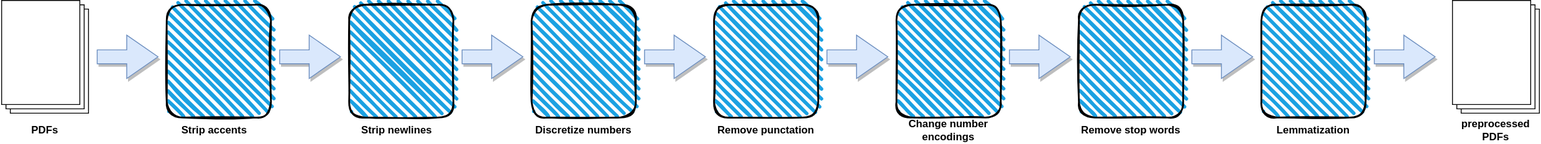
Earlier version of the draw.io export images/TFIDF_preprocessing.svg (KlaraGtknst/bachelor-thesis). Source tidied: cells renumbered, new cells last; positions are measured from the earlier drawing's top-left corner, leaving out a move shared by most shapes. Its diagram source:
```xml
<mxGraphModel>
  <root>
    <mxCell id="0" />
    <mxCell id="1" parent="0" />
    <mxCell id="2" style="verticalLabelPosition=bottom;verticalAlign=top;html=1;shape=mxgraph.basic.layered_rect;dx=10;whiteSpace=wrap;" parent="1" vertex="1">
      <mxGeometry width="100" height="130" as="geometry" />
    </mxCell>
    <mxCell id="3" style="html=1;shadow=1;dashed=0;align=center;verticalAlign=middle;shape=mxgraph.arrows2.arrow;dy=0.68;dx=36;notch=0;fillColor=#dae8fc;strokeColor=#6c8ebf;" parent="1" vertex="1">
      <mxGeometry x="110" y="40" width="70" height="50" as="geometry" />
    </mxCell>
    <mxCell id="4" value="&lt;b&gt;PDFs&lt;/b&gt;" style="text;html=1;strokeColor=none;fillColor=none;align=center;verticalAlign=middle;whiteSpace=wrap;rounded=0;" parent="1" vertex="1">
      <mxGeometry x="20" y="135" width="60" height="30" as="geometry" />
    </mxCell>
    <mxCell id="5" style="rounded=1;whiteSpace=wrap;html=1;strokeWidth=2;fillWeight=4;hachureGap=8;hachureAngle=45;fillColor=#1ba1e2;sketch=1;" parent="1" vertex="1">
      <mxGeometry x="190" y="5" width="120" height="130" as="geometry" />
    </mxCell>
    <mxCell id="6" value="&lt;b&gt;Strip accents&lt;br&gt;&lt;/b&gt;" style="text;html=1;strokeColor=none;fillColor=none;align=center;verticalAlign=middle;whiteSpace=wrap;rounded=0;" parent="1" vertex="1">
      <mxGeometry x="200" y="135" width="90" height="30" as="geometry" />
    </mxCell>
    <mxCell id="7" style="html=1;shadow=1;dashed=0;align=center;verticalAlign=middle;shape=mxgraph.arrows2.arrow;dy=0.68;dx=36;notch=0;fillColor=#dae8fc;strokeColor=#6c8ebf;" parent="1" vertex="1">
      <mxGeometry x="320" y="40" width="70" height="50" as="geometry" />
    </mxCell>
    <mxCell id="8" style="rounded=1;whiteSpace=wrap;html=1;strokeWidth=2;fillWeight=4;hachureGap=8;hachureAngle=45;fillColor=#1ba1e2;sketch=1;" parent="1" vertex="1">
      <mxGeometry x="400" y="5" width="120" height="130" as="geometry" />
    </mxCell>
    <mxCell id="9" value="&lt;b&gt;Strip newlines&lt;br&gt;&lt;/b&gt;" style="text;html=1;strokeColor=none;fillColor=none;align=center;verticalAlign=middle;whiteSpace=wrap;rounded=0;" parent="1" vertex="1">
      <mxGeometry x="410" y="135" width="90" height="30" as="geometry" />
    </mxCell>
    <mxCell id="10" style="html=1;shadow=1;dashed=0;align=center;verticalAlign=middle;shape=mxgraph.arrows2.arrow;dy=0.68;dx=36;notch=0;fillColor=#dae8fc;strokeColor=#6c8ebf;" parent="1" vertex="1">
      <mxGeometry x="530" y="40" width="70" height="50" as="geometry" />
    </mxCell>
    <mxCell id="11" style="rounded=1;whiteSpace=wrap;html=1;strokeWidth=2;fillWeight=4;hachureGap=8;hachureAngle=45;fillColor=#1ba1e2;sketch=1;" parent="1" vertex="1">
      <mxGeometry x="610" y="5" width="120" height="130" as="geometry" />
    </mxCell>
    <mxCell id="12" value="&lt;b&gt;Discretize numbers&lt;br&gt;&lt;/b&gt;" style="text;html=1;strokeColor=none;fillColor=none;align=center;verticalAlign=middle;whiteSpace=wrap;rounded=0;" parent="1" vertex="1">
      <mxGeometry x="610" y="135" width="120" height="30" as="geometry" />
    </mxCell>
    <mxCell id="13" style="html=1;shadow=1;dashed=0;align=center;verticalAlign=middle;shape=mxgraph.arrows2.arrow;dy=0.68;dx=36;notch=0;fillColor=#dae8fc;strokeColor=#6c8ebf;" parent="1" vertex="1">
      <mxGeometry x="740" y="40" width="70" height="50" as="geometry" />
    </mxCell>
    <mxCell id="14" style="rounded=1;whiteSpace=wrap;html=1;strokeWidth=2;fillWeight=4;hachureGap=8;hachureAngle=45;fillColor=#1ba1e2;sketch=1;" parent="1" vertex="1">
      <mxGeometry x="820" y="5" width="120" height="130" as="geometry" />
    </mxCell>
    <mxCell id="15" value="&lt;b&gt;Remove punctation&lt;br&gt;&lt;/b&gt;" style="text;html=1;strokeColor=none;fillColor=none;align=center;verticalAlign=middle;whiteSpace=wrap;rounded=0;" parent="1" vertex="1">
      <mxGeometry x="820" y="135" width="120" height="30" as="geometry" />
    </mxCell>
    <mxCell id="16" style="html=1;shadow=1;dashed=0;align=center;verticalAlign=middle;shape=mxgraph.arrows2.arrow;dy=0.68;dx=36;notch=0;fillColor=#dae8fc;strokeColor=#6c8ebf;" parent="1" vertex="1">
      <mxGeometry x="950" y="40" width="70" height="50" as="geometry" />
    </mxCell>
    <mxCell id="17" style="rounded=1;whiteSpace=wrap;html=1;strokeWidth=2;fillWeight=4;hachureGap=8;hachureAngle=45;fillColor=#1ba1e2;sketch=1;" parent="1" vertex="1">
      <mxGeometry x="1030" y="5" width="120" height="130" as="geometry" />
    </mxCell>
    <mxCell id="18" value="&lt;b&gt;Change number encodings&lt;br&gt;&lt;/b&gt;" style="text;html=1;strokeColor=none;fillColor=none;align=center;verticalAlign=middle;whiteSpace=wrap;rounded=0;" parent="1" vertex="1">
      <mxGeometry x="1040" y="135" width="100" height="30" as="geometry" />
    </mxCell>
    <mxCell id="19" style="html=1;shadow=1;dashed=0;align=center;verticalAlign=middle;shape=mxgraph.arrows2.arrow;dy=0.68;dx=36;notch=0;fillColor=#dae8fc;strokeColor=#6c8ebf;" parent="1" vertex="1">
      <mxGeometry x="1160" y="40" width="70" height="50" as="geometry" />
    </mxCell>
    <mxCell id="20" style="rounded=1;whiteSpace=wrap;html=1;strokeWidth=2;fillWeight=4;hachureGap=8;hachureAngle=45;fillColor=#1ba1e2;sketch=1;" parent="1" vertex="1">
      <mxGeometry x="1240" y="5" width="120" height="130" as="geometry" />
    </mxCell>
    <mxCell id="21" value="&lt;b&gt;Remove stop words&lt;br&gt;&lt;/b&gt;" style="text;html=1;strokeColor=none;fillColor=none;align=center;verticalAlign=middle;whiteSpace=wrap;rounded=0;" parent="1" vertex="1">
      <mxGeometry x="1240" y="135" width="120" height="30" as="geometry" />
    </mxCell>
    <mxCell id="22" style="html=1;shadow=1;dashed=0;align=center;verticalAlign=middle;shape=mxgraph.arrows2.arrow;dy=0.68;dx=36;notch=0;fillColor=#dae8fc;strokeColor=#6c8ebf;" parent="1" vertex="1">
      <mxGeometry x="1370" y="40" width="70" height="50" as="geometry" />
    </mxCell>
    <mxCell id="23" style="rounded=1;whiteSpace=wrap;html=1;strokeWidth=2;fillWeight=4;hachureGap=8;hachureAngle=45;fillColor=#1ba1e2;sketch=1;" parent="1" vertex="1">
      <mxGeometry x="1450" y="5" width="120" height="130" as="geometry" />
    </mxCell>
    <mxCell id="24" value="&lt;b&gt;Lemmatization&lt;/b&gt;" style="text;html=1;strokeColor=none;fillColor=none;align=center;verticalAlign=middle;whiteSpace=wrap;rounded=0;" parent="1" vertex="1">
      <mxGeometry x="1460" y="135" width="100" height="30" as="geometry" />
    </mxCell>
    <mxCell id="25" style="verticalLabelPosition=bottom;verticalAlign=top;html=1;shape=mxgraph.basic.layered_rect;dx=10;whiteSpace=wrap;" parent="1" vertex="1">
      <mxGeometry x="1670" width="100" height="130" as="geometry" />
    </mxCell>
    <mxCell id="26" value="&lt;b&gt;preprocessed PDFs&lt;/b&gt;" style="text;html=1;strokeColor=none;fillColor=none;align=center;verticalAlign=middle;whiteSpace=wrap;rounded=0;" parent="1" vertex="1">
      <mxGeometry x="1670" y="135" width="100" height="30" as="geometry" />
    </mxCell>
    <mxCell id="27" style="html=1;shadow=1;dashed=0;align=center;verticalAlign=middle;shape=mxgraph.arrows2.arrow;dy=0.68;dx=36;notch=0;fillColor=#dae8fc;strokeColor=#6c8ebf;" parent="1" vertex="1">
      <mxGeometry x="1580" y="40" width="70" height="50" as="geometry" />
    </mxCell>
  </root>
</mxGraphModel>
```
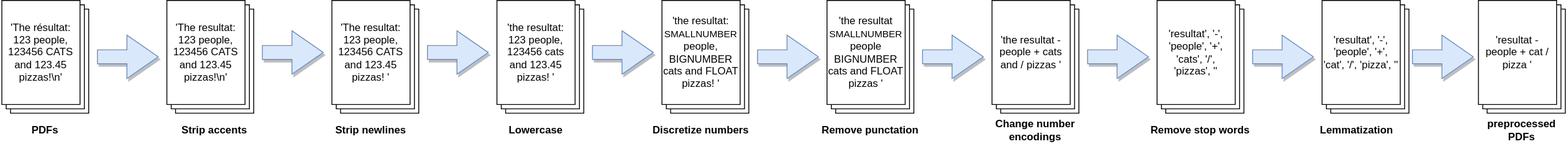
Above is the later version.

Commit message:
feat: improved preprocessing pipeline image

Diff of the diagram source:
```diff
@@ -11,74 +11,113 @@
     <mxCell id="4" value="&lt;b&gt;PDFs&lt;/b&gt;" style="text;html=1;strokeColor=none;fillColor=none;align=center;verticalAlign=middle;whiteSpace=wrap;rounded=0;" parent="1" vertex="1">
       <mxGeometry x="20" y="135" width="60" height="30" as="geometry" />
     </mxCell>
-    <mxCell id="5" style="rounded=1;whiteSpace=wrap;html=1;strokeWidth=2;fillWeight=4;hachureGap=8;hachureAngle=45;fillColor=#1ba1e2;sketch=1;" parent="1" vertex="1">
-      <mxGeometry x="190" y="5" width="120" height="130" as="geometry" />
-    </mxCell>
     <mxCell id="6" value="&lt;b&gt;Strip accents&lt;br&gt;&lt;/b&gt;" style="text;html=1;strokeColor=none;fillColor=none;align=center;verticalAlign=middle;whiteSpace=wrap;rounded=0;" parent="1" vertex="1">
       <mxGeometry x="200" y="135" width="90" height="30" as="geometry" />
     </mxCell>
     <mxCell id="7" style="html=1;shadow=1;dashed=0;align=center;verticalAlign=middle;shape=mxgraph.arrows2.arrow;dy=0.68;dx=36;notch=0;fillColor=#dae8fc;strokeColor=#6c8ebf;" parent="1" vertex="1">
-      <mxGeometry x="320" y="40" width="70" height="50" as="geometry" />
+      <mxGeometry x="300" y="35" width="70" height="50" as="geometry" />
     </mxCell>
-    <mxCell id="8" style="rounded=1;whiteSpace=wrap;html=1;strokeWidth=2;fillWeight=4;hachureGap=8;hachureAngle=45;fillColor=#1ba1e2;sketch=1;" parent="1" vertex="1">
-      <mxGeometry x="400" y="5" width="120" height="130" as="geometry" />
-    </mxCell>
     <mxCell id="9" value="&lt;b&gt;Strip newlines&lt;br&gt;&lt;/b&gt;" style="text;html=1;strokeColor=none;fillColor=none;align=center;verticalAlign=middle;whiteSpace=wrap;rounded=0;" parent="1" vertex="1">
-      <mxGeometry x="410" y="135" width="90" height="30" as="geometry" />
+      <mxGeometry x="380" y="135" width="90" height="30" as="geometry" />
     </mxCell>
     <mxCell id="10" style="html=1;shadow=1;dashed=0;align=center;verticalAlign=middle;shape=mxgraph.arrows2.arrow;dy=0.68;dx=36;notch=0;fillColor=#dae8fc;strokeColor=#6c8ebf;" parent="1" vertex="1">
-      <mxGeometry x="530" y="40" width="70" height="50" as="geometry" />
+      <mxGeometry x="490" y="35" width="70" height="50" as="geometry" />
     </mxCell>
-    <mxCell id="11" style="rounded=1;whiteSpace=wrap;html=1;strokeWidth=2;fillWeight=4;hachureGap=8;hachureAngle=45;fillColor=#1ba1e2;sketch=1;" parent="1" vertex="1">
-      <mxGeometry x="610" y="5" width="120" height="130" as="geometry" />
-    </mxCell>
-    <mxCell id="12" value="&lt;b&gt;Discretize numbers&lt;br&gt;&lt;/b&gt;" style="text;html=1;strokeColor=none;fillColor=none;align=center;verticalAlign=middle;whiteSpace=wrap;rounded=0;" parent="1" vertex="1">
-      <mxGeometry x="610" y="135" width="120" height="30" as="geometry" />
+    <mxCell id="12" value="&lt;b&gt;Lowercase&lt;/b&gt;" style="text;html=1;strokeColor=none;fillColor=none;align=center;verticalAlign=middle;whiteSpace=wrap;rounded=0;" parent="1" vertex="1">
+      <mxGeometry x="555" y="135" width="120" height="30" as="geometry" />
     </mxCell>
     <mxCell id="13" style="html=1;shadow=1;dashed=0;align=center;verticalAlign=middle;shape=mxgraph.arrows2.arrow;dy=0.68;dx=36;notch=0;fillColor=#dae8fc;strokeColor=#6c8ebf;" parent="1" vertex="1">
-      <mxGeometry x="740" y="40" width="70" height="50" as="geometry" />
+      <mxGeometry x="870" y="40" width="70" height="50" as="geometry" />
     </mxCell>
-    <mxCell id="14" style="rounded=1;whiteSpace=wrap;html=1;strokeWidth=2;fillWeight=4;hachureGap=8;hachureAngle=45;fillColor=#1ba1e2;sketch=1;" parent="1" vertex="1">
-      <mxGeometry x="820" y="5" width="120" height="130" as="geometry" />
-    </mxCell>
     <mxCell id="15" value="&lt;b&gt;Remove punctation&lt;br&gt;&lt;/b&gt;" style="text;html=1;strokeColor=none;fillColor=none;align=center;verticalAlign=middle;whiteSpace=wrap;rounded=0;" parent="1" vertex="1">
-      <mxGeometry x="820" y="135" width="120" height="30" as="geometry" />
+      <mxGeometry x="940" y="135" width="120" height="30" as="geometry" />
     </mxCell>
     <mxCell id="16" style="html=1;shadow=1;dashed=0;align=center;verticalAlign=middle;shape=mxgraph.arrows2.arrow;dy=0.68;dx=36;notch=0;fillColor=#dae8fc;strokeColor=#6c8ebf;" parent="1" vertex="1">
-      <mxGeometry x="950" y="40" width="70" height="50" as="geometry" />
+      <mxGeometry x="1060" y="40" width="70" height="50" as="geometry" />
     </mxCell>
-    <mxCell id="17" style="rounded=1;whiteSpace=wrap;html=1;strokeWidth=2;fillWeight=4;hachureGap=8;hachureAngle=45;fillColor=#1ba1e2;sketch=1;" parent="1" vertex="1">
-      <mxGeometry x="1030" y="5" width="120" height="130" as="geometry" />
-    </mxCell>
     <mxCell id="18" value="&lt;b&gt;Change number encodings&lt;br&gt;&lt;/b&gt;" style="text;html=1;strokeColor=none;fillColor=none;align=center;verticalAlign=middle;whiteSpace=wrap;rounded=0;" parent="1" vertex="1">
-      <mxGeometry x="1040" y="135" width="100" height="30" as="geometry" />
+      <mxGeometry x="1140" y="135" width="100" height="30" as="geometry" />
     </mxCell>
     <mxCell id="19" style="html=1;shadow=1;dashed=0;align=center;verticalAlign=middle;shape=mxgraph.arrows2.arrow;dy=0.68;dx=36;notch=0;fillColor=#dae8fc;strokeColor=#6c8ebf;" parent="1" vertex="1">
-      <mxGeometry x="1160" y="40" width="70" height="50" as="geometry" />
+      <mxGeometry x="1250" y="40" width="70" height="50" as="geometry" />
     </mxCell>
-    <mxCell id="20" style="rounded=1;whiteSpace=wrap;html=1;strokeWidth=2;fillWeight=4;hachureGap=8;hachureAngle=45;fillColor=#1ba1e2;sketch=1;" parent="1" vertex="1">
-      <mxGeometry x="1240" y="5" width="120" height="130" as="geometry" />
-    </mxCell>
     <mxCell id="21" value="&lt;b&gt;Remove stop words&lt;br&gt;&lt;/b&gt;" style="text;html=1;strokeColor=none;fillColor=none;align=center;verticalAlign=middle;whiteSpace=wrap;rounded=0;" parent="1" vertex="1">
-      <mxGeometry x="1240" y="135" width="120" height="30" as="geometry" />
+      <mxGeometry x="1320" y="135" width="120" height="30" as="geometry" />
     </mxCell>
     <mxCell id="22" style="html=1;shadow=1;dashed=0;align=center;verticalAlign=middle;shape=mxgraph.arrows2.arrow;dy=0.68;dx=36;notch=0;fillColor=#dae8fc;strokeColor=#6c8ebf;" parent="1" vertex="1">
-      <mxGeometry x="1370" y="40" width="70" height="50" as="geometry" />
+      <mxGeometry x="1440" y="40" width="70" height="50" as="geometry" />
     </mxCell>
-    <mxCell id="23" style="rounded=1;whiteSpace=wrap;html=1;strokeWidth=2;fillWeight=4;hachureGap=8;hachureAngle=45;fillColor=#1ba1e2;sketch=1;" parent="1" vertex="1">
-      <mxGeometry x="1450" y="5" width="120" height="130" as="geometry" />
-    </mxCell>
     <mxCell id="24" value="&lt;b&gt;Lemmatization&lt;/b&gt;" style="text;html=1;strokeColor=none;fillColor=none;align=center;verticalAlign=middle;whiteSpace=wrap;rounded=0;" parent="1" vertex="1">
-      <mxGeometry x="1460" y="135" width="100" height="30" as="geometry" />
+      <mxGeometry x="1510" y="135" width="100" height="30" as="geometry" />
     </mxCell>
     <mxCell id="25" style="verticalLabelPosition=bottom;verticalAlign=top;html=1;shape=mxgraph.basic.layered_rect;dx=10;whiteSpace=wrap;" parent="1" vertex="1">
-      <mxGeometry x="1670" width="100" height="130" as="geometry" />
+      <mxGeometry x="1700" width="100" height="130" as="geometry" />
     </mxCell>
     <mxCell id="26" value="&lt;b&gt;preprocessed PDFs&lt;/b&gt;" style="text;html=1;strokeColor=none;fillColor=none;align=center;verticalAlign=middle;whiteSpace=wrap;rounded=0;" parent="1" vertex="1">
-      <mxGeometry x="1670" y="135" width="100" height="30" as="geometry" />
+      <mxGeometry x="1700" y="135" width="100" height="30" as="geometry" />
     </mxCell>
     <mxCell id="27" style="html=1;shadow=1;dashed=0;align=center;verticalAlign=middle;shape=mxgraph.arrows2.arrow;dy=0.68;dx=36;notch=0;fillColor=#dae8fc;strokeColor=#6c8ebf;" parent="1" vertex="1">
-      <mxGeometry x="1580" y="40" width="70" height="50" as="geometry" />
+      <mxGeometry x="1624" y="40" width="70" height="50" as="geometry" />
     </mxCell>
+    <mxCell id="28" value="'The résultat: 123 people, 123456 CATS and 123.45 pizzas!\n'" style="text;html=1;strokeColor=none;fillColor=none;align=center;verticalAlign=middle;whiteSpace=wrap;rounded=0;" parent="1" vertex="1">
+      <mxGeometry width="90" height="120" as="geometry" />
+    </mxCell>
+    <mxCell id="29" style="verticalLabelPosition=bottom;verticalAlign=top;html=1;shape=mxgraph.basic.layered_rect;dx=10;whiteSpace=wrap;" parent="1" vertex="1">
+      <mxGeometry x="190" width="100" height="130" as="geometry" />
+    </mxCell>
+    <mxCell id="30" style="verticalLabelPosition=bottom;verticalAlign=top;html=1;shape=mxgraph.basic.layered_rect;dx=10;whiteSpace=wrap;" parent="1" vertex="1">
+      <mxGeometry x="380" width="100" height="130" as="geometry" />
+    </mxCell>
+    <mxCell id="31" style="verticalLabelPosition=bottom;verticalAlign=top;html=1;shape=mxgraph.basic.layered_rect;dx=10;whiteSpace=wrap;" parent="1" vertex="1">
+      <mxGeometry x="570" width="100" height="130" as="geometry" />
+    </mxCell>
+    <mxCell id="32" style="verticalLabelPosition=bottom;verticalAlign=top;html=1;shape=mxgraph.basic.layered_rect;dx=10;whiteSpace=wrap;" parent="1" vertex="1">
+      <mxGeometry x="950" width="100" height="130" as="geometry" />
+    </mxCell>
+    <mxCell id="33" style="verticalLabelPosition=bottom;verticalAlign=top;html=1;shape=mxgraph.basic.layered_rect;dx=10;whiteSpace=wrap;" parent="1" vertex="1">
+      <mxGeometry x="1140" width="100" height="130" as="geometry" />
+    </mxCell>
+    <mxCell id="34" style="verticalLabelPosition=bottom;verticalAlign=top;html=1;shape=mxgraph.basic.layered_rect;dx=10;whiteSpace=wrap;" parent="1" vertex="1">
+      <mxGeometry x="1330" width="100" height="130" as="geometry" />
+    </mxCell>
+    <mxCell id="35" style="verticalLabelPosition=bottom;verticalAlign=top;html=1;shape=mxgraph.basic.layered_rect;dx=10;whiteSpace=wrap;" parent="1" vertex="1">
+      <mxGeometry x="1520" width="100" height="130" as="geometry" />
+    </mxCell>
+    <mxCell id="36" value="'The resultat: 123 people, 123456 CATS and 123.45 pizzas!\n'" style="text;html=1;strokeColor=none;fillColor=none;align=center;verticalAlign=middle;whiteSpace=wrap;rounded=0;" parent="1" vertex="1">
+      <mxGeometry x="190" width="90" height="120" as="geometry" />
+    </mxCell>
+    <mxCell id="37" value="'The resultat: 123 people, 123456 CATS and 123.45 pizzas! '" style="text;html=1;strokeColor=none;fillColor=none;align=center;verticalAlign=middle;whiteSpace=wrap;rounded=0;" parent="1" vertex="1">
+      <mxGeometry x="380" width="90" height="120" as="geometry" />
+    </mxCell>
+    <mxCell id="38" value="'the resultat: 123 people, 123456 cats and 123.45 pizzas! '" style="text;html=1;strokeColor=none;fillColor=none;align=center;verticalAlign=middle;whiteSpace=wrap;rounded=0;" parent="1" vertex="1">
+      <mxGeometry x="570" width="90" height="120" as="geometry" />
+    </mxCell>
+    <mxCell id="39" value="'the resultat &lt;font style=&quot;font-size: 11px;&quot;&gt;SMALLNUMBER&lt;/font&gt; people BIGNUMBER cats and FLOAT pizzas '" style="text;html=1;strokeColor=none;fillColor=none;align=center;verticalAlign=middle;whiteSpace=wrap;rounded=0;" parent="1" vertex="1">
+      <mxGeometry x="950" width="90" height="120" as="geometry" />
+    </mxCell>
+    <mxCell id="40" value="'the resultat - people + cats and / pizzas '" style="text;html=1;strokeColor=none;fillColor=none;align=center;verticalAlign=middle;whiteSpace=wrap;rounded=0;" parent="1" vertex="1">
+      <mxGeometry x="1140" width="90" height="120" as="geometry" />
+    </mxCell>
+    <mxCell id="41" value="'resultat', '-', 'people', '+', 'cats', '/', 'pizzas', ''" style="text;html=1;strokeColor=none;fillColor=none;align=center;verticalAlign=middle;whiteSpace=wrap;rounded=0;" parent="1" vertex="1">
+      <mxGeometry x="1330" width="90" height="120" as="geometry" />
+    </mxCell>
+    <mxCell id="42" value="'resultat', '-', 'people', '+', 'cat', '/', 'pizza', ''" style="text;html=1;strokeColor=none;fillColor=none;align=center;verticalAlign=middle;whiteSpace=wrap;rounded=0;" parent="1" vertex="1">
+      <mxGeometry x="1520" width="90" height="120" as="geometry" />
+    </mxCell>
+    <mxCell id="43" value="'resultat - people + cat / pizza '" style="text;html=1;strokeColor=none;fillColor=none;align=center;verticalAlign=middle;whiteSpace=wrap;rounded=0;" parent="1" vertex="1">
+      <mxGeometry x="1700" width="90" height="120" as="geometry" />
+    </mxCell>
+    <mxCell id="44" style="html=1;shadow=1;dashed=0;align=center;verticalAlign=middle;shape=mxgraph.arrows2.arrow;dy=0.68;dx=36;notch=0;fillColor=#dae8fc;strokeColor=#6c8ebf;" parent="1" vertex="1">
+      <mxGeometry x="680" y="35" width="70" height="50" as="geometry" />
+    </mxCell>
+    <mxCell id="45" value="&lt;b&gt;Discretize numbers&lt;br&gt;&lt;/b&gt;" style="text;html=1;strokeColor=none;fillColor=none;align=center;verticalAlign=middle;whiteSpace=wrap;rounded=0;" parent="1" vertex="1">
+      <mxGeometry x="745" y="135" width="120" height="30" as="geometry" />
+    </mxCell>
+    <mxCell id="46" style="verticalLabelPosition=bottom;verticalAlign=top;html=1;shape=mxgraph.basic.layered_rect;dx=10;whiteSpace=wrap;" parent="1" vertex="1">
+      <mxGeometry x="760" width="100" height="130" as="geometry" />
+    </mxCell>
+    <mxCell id="47" value="'the resultat: &lt;font style=&quot;font-size: 11px;&quot;&gt;SMALLNUMBER&lt;/font&gt; people, BIGNUMBER cats and FLOAT pizzas! '" style="text;html=1;strokeColor=none;fillColor=none;align=center;verticalAlign=middle;whiteSpace=wrap;rounded=0;" parent="1" vertex="1">
+      <mxGeometry x="760" width="90" height="120" as="geometry" />
+    </mxCell>
   </root>
 </mxGraphModel>
```
